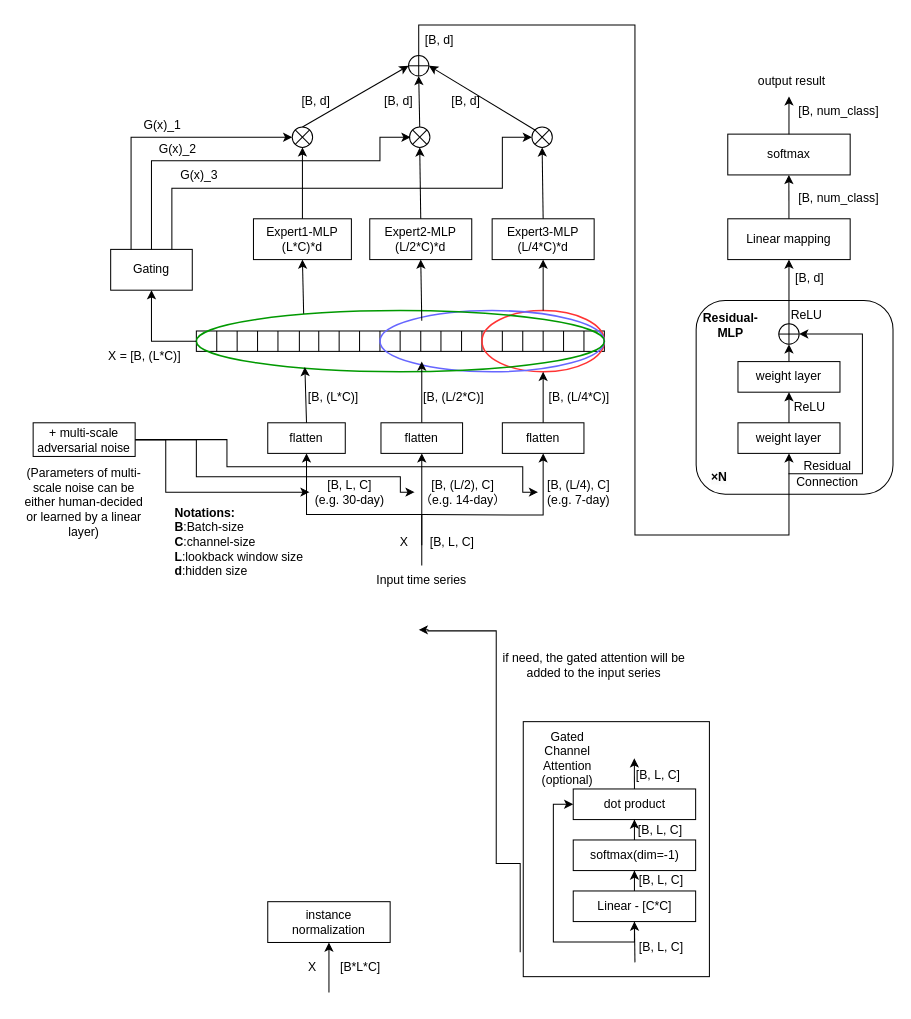
This is 未命名绘图.drawio from HALF111/Research_figures, a draw.io file, before an edit. Source tidied: cells renumbered, new cells numbered last; positions are measured from the earlier drawing's top-left corner, leaving out a move shared by most shapes. Both pictures are drawn from the tidied source at 102%, with x=0, y=0 at pixel (17, 24).
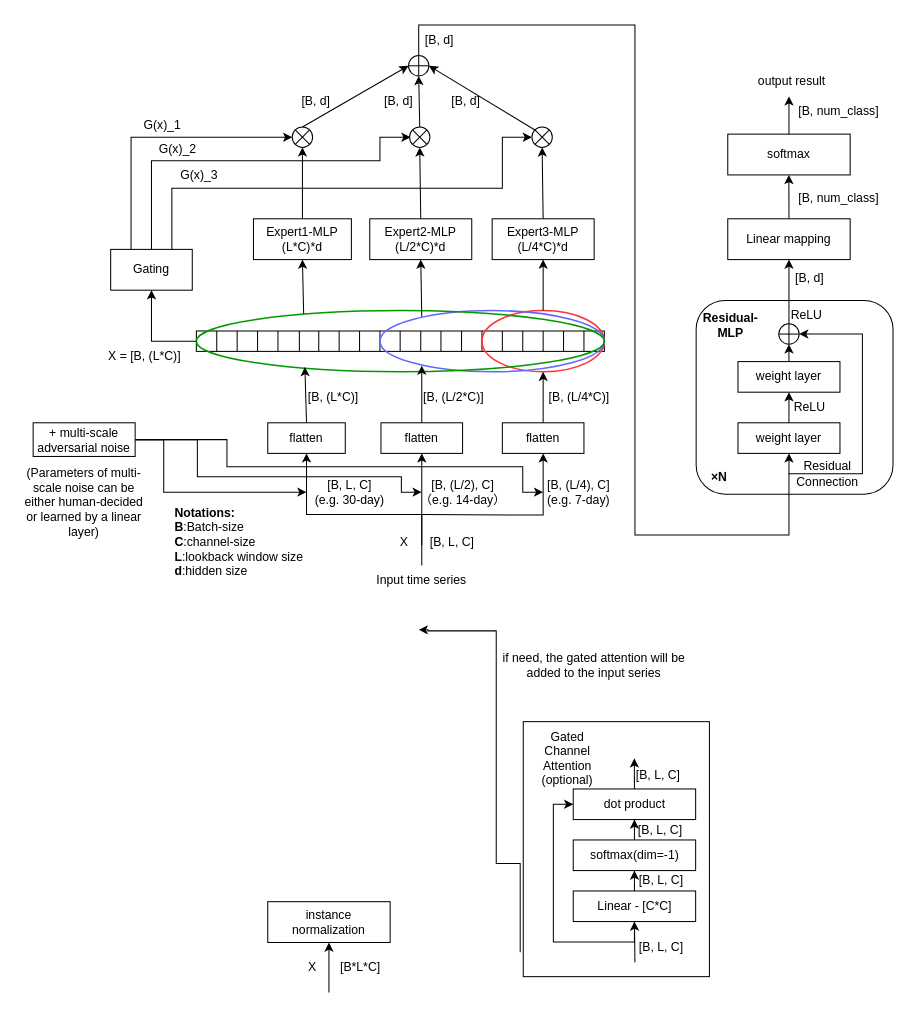
The same diagram, later.

Commit message:
更新未命名绘图.drawio

Unchanged cells that the change refers to:
```xml
<mxCell id="22" value="Expert2-MLP&lt;br&gt;(L/2*C)*d" style="rounded=0;whiteSpace=wrap;html=1;" parent="1" vertex="1">
  <mxGeometry x="345" y="190" width="100" height="40" as="geometry" />
</mxCell>
<mxCell id="65" value="[B, L, C]&lt;br&gt;(e.g. 30-day)" style="text;html=1;strokeColor=none;fillColor=none;align=center;verticalAlign=middle;whiteSpace=wrap;rounded=0;" parent="1" vertex="1">
  <mxGeometry x="286" y="443" width="79" height="30" as="geometry" />
</mxCell>
<mxCell id="66" value="[B, (L/2), C]&lt;br&gt;（e.g. 14-day）" style="text;html=1;strokeColor=none;fillColor=none;align=center;verticalAlign=middle;whiteSpace=wrap;rounded=0;" parent="1" vertex="1">
  <mxGeometry x="389" y="443" width="95" height="30" as="geometry" />
</mxCell>
<mxCell id="67" value="[B, (L/4), C]&lt;br&gt;(e.g. 7-day)" style="text;html=1;strokeColor=none;fillColor=none;align=center;verticalAlign=middle;whiteSpace=wrap;rounded=0;" parent="1" vertex="1">
  <mxGeometry x="510" y="443" width="80" height="30" as="geometry" />
</mxCell>
<mxCell id="69" value="flatten" style="rounded=0;whiteSpace=wrap;html=1;" parent="1" vertex="1">
  <mxGeometry x="356" y="390" width="80" height="30" as="geometry" />
</mxCell>
<mxCell id="113" value="+ multi-scale&lt;br&gt;adversarial noise" style="rounded=0;whiteSpace=wrap;html=1;" parent="1" vertex="1">
  <mxGeometry x="15" y="390" width="100" height="33" as="geometry" />
</mxCell>
```

Change to the diagram source:
```diff
@@
     <mxCell id="25" style="endArrow=classic;html=1;rounded=0;entryX=0.5;entryY=1;entryDx=0;entryDy=0;" parent="1" edge="1" target="22">
       <mxGeometry relative="1" as="geometry">
-        <mxPoint x="396" y="290" as="sourcePoint" />
+        <mxPoint x="396" y="286" as="sourcePoint" />
       </mxGeometry>
     </mxCell>
@@
     <mxCell id="72" style="endArrow=classic;html=1;rounded=0;exitX=0.5;exitY=0;exitDx=0;exitDy=0;" parent="1" edge="1" source="69">
       <mxGeometry relative="1" as="geometry">
-        <mxPoint x="396" y="330" as="targetPoint" />
+        <mxPoint x="396" y="334" as="targetPoint" />
       </mxGeometry>
     </mxCell>
@@
-    <mxCell id="110" style="edgeStyle=orthogonalEdgeStyle;rounded=0;jettySize=auto;html=1;entryX=0;entryY=0.5;entryDx=0;entryDy=0;" parent="1" edge="1" source="113" target="65">
+    <mxCell id="110" style="edgeStyle=orthogonalEdgeStyle;rounded=0;orthogonalLoop=1;jettySize=auto;html=1;" parent="1" edge="1">
       <mxGeometry relative="1" as="geometry">
+        <mxPoint x="113" y="406.5" as="sourcePoint" />
+        <mxPoint x="283" y="458" as="targetPoint" />
         <Array as="points">
-          <mxPoint x="145" y="407" />
-          <mxPoint x="145" y="458" />
+          <mxPoint x="143" y="407" />
+          <mxPoint x="143" y="458" />
         </Array>
       </mxGeometry>
     </mxCell>
-    <mxCell id="111" style="edgeStyle=orthogonalEdgeStyle;rounded=0;jettySize=auto;html=1;entryX=0;entryY=0.5;entryDx=0;entryDy=0;" parent="1" edge="1" source="113" target="66">
+    <mxCell id="111" style="edgeStyle=orthogonalEdgeStyle;rounded=0;orthogonalLoop=1;jettySize=auto;html=1;" parent="1" edge="1">
       <mxGeometry relative="1" as="geometry">
+        <mxPoint x="116" y="406.5" as="sourcePoint" />
+        <mxPoint x="396" y="458" as="targetPoint" />
         <Array as="points">
-          <mxPoint x="175" y="407" />
-          <mxPoint x="175" y="443" />
-          <mxPoint x="375" y="443" />
-          <mxPoint x="375" y="458" />
+          <mxPoint x="176" y="407" />
+          <mxPoint x="176" y="443" />
+          <mxPoint x="376" y="443" />
+          <mxPoint x="376" y="458" />
         </Array>
       </mxGeometry>
     </mxCell>
-    <mxCell id="112" style="edgeStyle=orthogonalEdgeStyle;rounded=0;jettySize=auto;html=1;entryX=0;entryY=0.5;entryDx=0;entryDy=0;" parent="1" edge="1" source="113" target="67">
+    <mxCell id="112" style="edgeStyle=orthogonalEdgeStyle;rounded=0;jettySize=auto;html=1;entryX=0.063;entryY=0.5;entryDx=0;entryDy=0;entryPerimeter=0;" parent="1" edge="1" source="113" target="67">
       <mxGeometry relative="1" as="geometry">
         <Array as="points">
           <mxPoint x="205" y="407" />
           <mxPoint x="205" y="433" />
           <mxPoint x="495" y="433" />
           <mxPoint x="495" y="458" />
         </Array>
       </mxGeometry>
     </mxCell>
```
